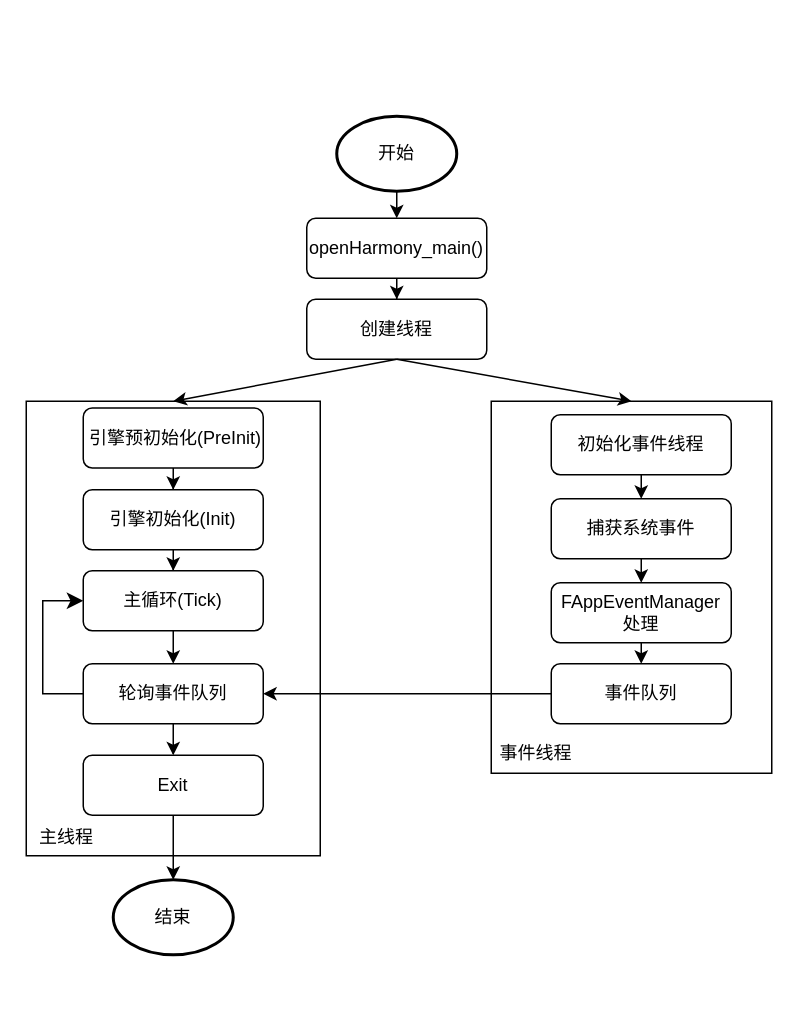
Above: page "第 1 页" (1 of 2) of 启动流程图.drawio in xiqiniu/xiqiniu.github.io (draw.io), before the change. Source tidied: cells renumbered, new cells numbered last; positions are measured from the earlier drawing's top-left corner, leaving out a move shared by most shapes. Both pictures are drawn from the tidied source at 150%, with x=0, y=0 at pixel (26, 116).
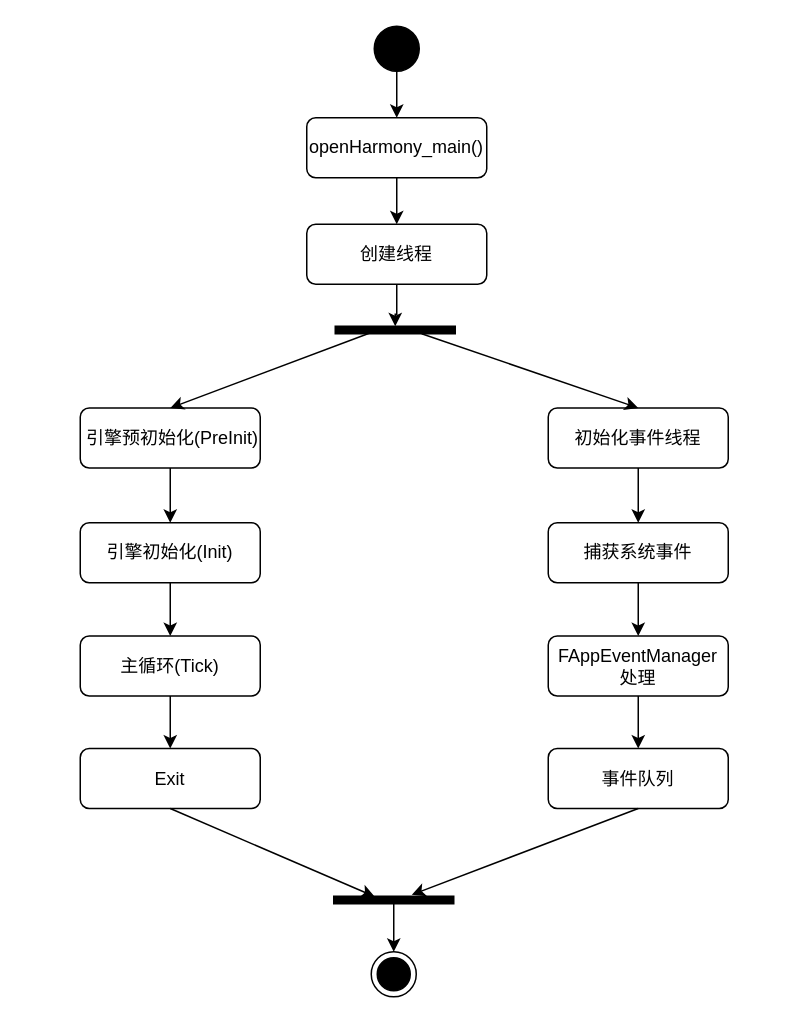
The same page after the edit.

Commit message:
更新启动流程图.drawio

What changed in the source:
```diff
@@
-    <mxCell id="2" style="rounded=0;whiteSpace=wrap;html=1;" parent="1" vertex="1">
-      <mxGeometry y="190" width="196" height="303" as="geometry" />
-    </mxCell>
-    <mxCell id="3" value="开始" style="strokeWidth=2;html=1;shape=mxgraph.flowchart.start_1;whiteSpace=wrap;" parent="1" vertex="1">
-      <mxGeometry x="207" width="80" height="50" as="geometry" />
-    </mxCell>
@@
     <mxCell id="5" value="openHarmony_main()" style="rounded=1;whiteSpace=wrap;html=1;" parent="1" vertex="1">
-      <mxGeometry x="187" y="68" width="120" height="40" as="geometry" />
+      <mxGeometry x="187" y="1" width="120" height="40" as="geometry" />
     </mxCell>
-    <mxCell id="6" style="endArrow=classic;html=1;rounded=0;exitX=0.5;exitY=1;exitDx=0;exitDy=0;exitPerimeter=0;entryX=0.5;entryY=0;entryDx=0;entryDy=0;" parent="1" edge="1" source="3" target="5">
-      <mxGeometry relative="1" as="geometry" />
-    </mxCell>
@@
     <mxCell id="9" value="引擎初始化(Init)" style="rounded=1;whiteSpace=wrap;html=1;" parent="1" vertex="1">
-      <mxGeometry x="38" y="249" width="120" height="40" as="geometry" />
+      <mxGeometry x="36" y="271" width="120" height="40" as="geometry" />
     </mxCell>
-    <mxCell id="10" value="结束" style="strokeWidth=2;html=1;shape=mxgraph.flowchart.start_1;whiteSpace=wrap;" parent="1" vertex="1">
-      <mxGeometry x="58" y="509" width="80" height="50" as="geometry" />
-    </mxCell>
     <mxCell id="11" value="&amp;nbsp;引擎预初始化(PreInit)" style="rounded=1;whiteSpace=wrap;html=1;" parent="1" vertex="1">
-      <mxGeometry x="38" y="194.5" width="120" height="40" as="geometry" />
+      <mxGeometry x="36" y="194.5" width="120" height="40" as="geometry" />
     </mxCell>
-    <mxCell id="12" style="edgeStyle=orthogonalEdgeStyle;rounded=0;jettySize=auto;html=1;" parent="1" edge="1" source="13" target="15">
-      <mxGeometry relative="1" as="geometry" />
-    </mxCell>
+    <mxCell id="33" style="edgeStyle=orthogonalEdgeStyle;rounded=0;jettySize=auto;html=1;" parent="1" edge="1" source="13" target="18">
+      <mxGeometry relative="1" as="geometry" />
+    </mxCell>
     <mxCell id="13" value="主循环(Tick)" style="rounded=1;whiteSpace=wrap;html=1;" parent="1" vertex="1">
-      <mxGeometry x="38" y="303" width="120" height="40" as="geometry" />
+      <mxGeometry x="36" y="346.5" width="120" height="40" as="geometry" />
     </mxCell>
-    <mxCell id="14" style="edgeStyle=orthogonalEdgeStyle;rounded=0;jettySize=auto;html=1;" parent="1" edge="1" source="15" target="18">
-      <mxGeometry relative="1" as="geometry" />
-    </mxCell>
-    <mxCell id="15" value="轮询事件队列" style="rounded=1;whiteSpace=wrap;html=1;" parent="1" vertex="1">
-      <mxGeometry x="38" y="365" width="120" height="40" as="geometry" />
-    </mxCell>
+    <mxCell id="34" style="edgeStyle=orthogonalEdgeStyle;rounded=0;jettySize=auto;html=1;" parent="1" edge="1" source="16" target="39">
+      <mxGeometry relative="1" as="geometry" />
+    </mxCell>
     <mxCell id="16" value="创建线程" style="whiteSpace=wrap;html=1;rounded=1;" parent="1" vertex="1">
-      <mxGeometry x="187" y="122" width="120" height="40" as="geometry" />
+      <mxGeometry x="187" y="72" width="120" height="40" as="geometry" />
     </mxCell>
-    <mxCell id="17" style="edgeStyle=orthogonalEdgeStyle;rounded=0;jettySize=auto;html=1;" parent="1" edge="1" source="18" target="10">
-      <mxGeometry relative="1" as="geometry" />
-    </mxCell>
     <mxCell id="18" value="Exit" style="whiteSpace=wrap;html=1;rounded=1;" parent="1" vertex="1">
-      <mxGeometry x="38" y="426" width="120" height="40" as="geometry" />
+      <mxGeometry x="36" y="421.5" width="120" height="40" as="geometry" />
     </mxCell>
-    <mxCell id="19" style="endArrow=classic;html=1;rounded=0;exitX=0.5;exitY=1;exitDx=0;exitDy=0;entryX=0.5;entryY=0;entryDx=0;entryDy=0;" parent="1" edge="1" source="16" target="2">
+    <mxCell id="19" style="endArrow=classic;html=1;rounded=0;exitX=0.84;exitY=0.7;exitDx=0;exitDy=0;entryX=0.5;entryY=0;entryDx=0;entryDy=0;exitPerimeter=0;" parent="1" edge="1" source="39" target="11">
       <mxGeometry relative="1" as="geometry" />
     </mxCell>
-    <mxCell id="20" value="主线程" style="text;strokeColor=none;fillColor=none;align=left;verticalAlign=middle;spacingLeft=4;spacingRight=4;overflow=hidden;whiteSpace=wrap;html=1;" parent="1" vertex="1">
-      <mxGeometry x="3" y="466" width="80" height="30" as="geometry" />
-    </mxCell>
-    <mxCell id="21" style="rounded=0;whiteSpace=wrap;html=1;" parent="1" vertex="1">
-      <mxGeometry x="310" y="190" width="187" height="248" as="geometry" />
-    </mxCell>
     <mxCell id="22" value="捕获系统事件" style="rounded=1;whiteSpace=wrap;html=1;" parent="1" vertex="1">
-      <mxGeometry x="350" y="255" width="120" height="40" as="geometry" />
+      <mxGeometry x="348" y="271" width="120" height="40" as="geometry" />
     </mxCell>
     <mxCell id="23" value="初始化事件线程" style="rounded=1;whiteSpace=wrap;html=1;" parent="1" vertex="1">
-      <mxGeometry x="350" y="199" width="120" height="40" as="geometry" />
+      <mxGeometry x="348" y="194.5" width="120" height="40" as="geometry" />
     </mxCell>
+    <mxCell id="35" style="edgeStyle=orthogonalEdgeStyle;rounded=0;jettySize=auto;html=1;" parent="1" edge="1" source="24" target="25">
+      <mxGeometry relative="1" as="geometry" />
+    </mxCell>
     <mxCell id="24" value="FAppEventManager处理" style="rounded=1;whiteSpace=wrap;html=1;" parent="1" vertex="1">
-      <mxGeometry x="350" y="311" width="120" height="40" as="geometry" />
+      <mxGeometry x="348" y="346.5" width="120" height="40" as="geometry" />
     </mxCell>
     <mxCell id="25" value="事件队列" style="rounded=1;whiteSpace=wrap;html=1;" parent="1" vertex="1">
-      <mxGeometry x="350" y="365" width="120" height="40" as="geometry" />
+      <mxGeometry x="348" y="421.5" width="120" height="40" as="geometry" />
     </mxCell>
-    <mxCell id="26" value="事件线程" style="text;strokeColor=none;fillColor=none;align=left;verticalAlign=middle;spacingLeft=4;spacingRight=4;overflow=hidden;whiteSpace=wrap;html=1;" parent="1" vertex="1">
-      <mxGeometry x="310" y="410" width="80" height="30" as="geometry" />
-    </mxCell>
-    <mxCell id="27" style="endArrow=classic;html=1;rounded=0;exitX=0.5;exitY=1;exitDx=0;exitDy=0;entryX=0.5;entryY=0;entryDx=0;entryDy=0;" parent="1" edge="1" source="16" target="21">
+    <mxCell id="27" style="endArrow=classic;html=1;rounded=0;exitX=1;exitY=0.28;exitDx=0;exitDy=0;entryX=0.5;entryY=0;entryDx=0;entryDy=0;exitPerimeter=0;" parent="1" edge="1" source="39" target="23">
       <mxGeometry relative="1" as="geometry" />
     </mxCell>
@@
-    <mxCell id="30" style="endArrow=classic;html=1;rounded=0;exitX=0.5;exitY=1;exitDx=0;exitDy=0;" parent="1" edge="1" source="24">
-      <mxGeometry relative="1" as="geometry">
-        <mxPoint x="410" y="365" as="targetPoint" />
-      </mxGeometry>
-    </mxCell>
-    <mxCell id="31" style="edgeStyle=elbowEdgeStyle;elbow=vertical;endArrow=classic;html=1;curved=0;rounded=0;endSize=8;startSize=8;exitX=0;exitY=0.5;exitDx=0;exitDy=0;entryX=0;entryY=0.5;entryDx=0;entryDy=0;" parent="1" edge="1" source="15" target="13">
-      <mxGeometry relative="1" as="geometry">
-        <Array as="points">
-          <mxPoint x="11" y="355" />
-        </Array>
-      </mxGeometry>
-    </mxCell>
-    <mxCell id="32" style="endArrow=classic;html=1;rounded=0;exitX=0;exitY=0.5;exitDx=0;exitDy=0;entryX=1;entryY=0.5;entryDx=0;entryDy=0;" parent="1" edge="1" source="25" target="15">
-      <mxGeometry relative="1" as="geometry" />
-    </mxCell>
+    <mxCell id="36" style="edgeStyle=orthogonalEdgeStyle;rounded=0;jettySize=auto;html=1;" parent="1" edge="1" source="37" target="5">
+      <mxGeometry relative="1" as="geometry" />
+    </mxCell>
+    <mxCell id="37" style="ellipse;fillColor=strokeColor;html=1;" parent="1" vertex="1">
+      <mxGeometry x="232" y="-60" width="30" height="30" as="geometry" />
+    </mxCell>
+    <mxCell id="38" style="ellipse;html=1;shape=endState;fillColor=strokeColor;" parent="1" vertex="1">
+      <mxGeometry x="230" y="557" width="30" height="30" as="geometry" />
+    </mxCell>
+    <mxCell id="39" style="html=1;points=[];perimeter=orthogonalPerimeter;fillColor=strokeColor;direction=south;" parent="1" vertex="1">
+      <mxGeometry x="206" y="140" width="80" height="5" as="geometry" />
+    </mxCell>
+    <mxCell id="40" style="edgeStyle=orthogonalEdgeStyle;rounded=0;jettySize=auto;html=1;" parent="1" edge="1" source="41" target="38">
+      <mxGeometry relative="1" as="geometry" />
+    </mxCell>
+    <mxCell id="41" style="html=1;points=[];perimeter=orthogonalPerimeter;fillColor=strokeColor;direction=south;" parent="1" vertex="1">
+      <mxGeometry x="205" y="520" width="80" height="5" as="geometry" />
+    </mxCell>
+    <mxCell id="42" style="endArrow=classic;html=1;rounded=0;exitX=0.5;exitY=1;exitDx=0;exitDy=0;entryX=0.04;entryY=0.66;entryDx=0;entryDy=0;entryPerimeter=0;" parent="1" edge="1" source="18" target="41">
+      <mxGeometry relative="1" as="geometry" />
+    </mxCell>
+    <mxCell id="43" style="endArrow=classic;html=1;rounded=0;exitX=0.5;exitY=1;exitDx=0;exitDy=0;" parent="1" edge="1" source="25">
+      <mxGeometry relative="1" as="geometry">
+        <mxPoint x="257" y="519" as="targetPoint" />
+      </mxGeometry>
+    </mxCell>
```
